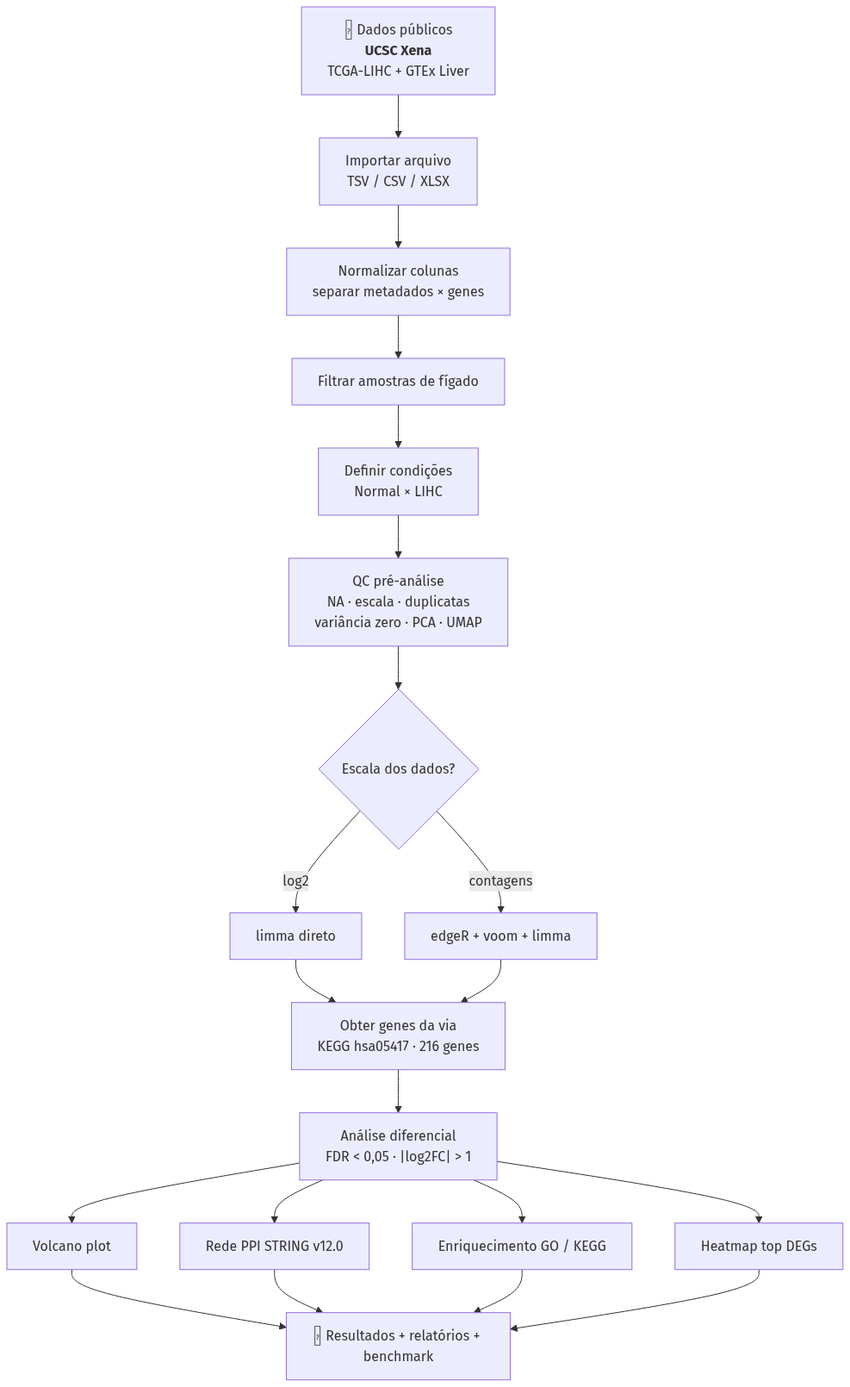
The Mermaid diagram docs/diagramas/01_fluxograma_pipeline.png in mducosta/hepatocellular-carcinoma, before a commit. Its source is kept beside it as docs/diagramas/01_fluxograma_pipeline.mmd. Its diagram source:
```mermaid
flowchart TD
    A["📥 Dados públicos<br/><b>UCSC Xena</b><br/>TCGA-LIHC + GTEx Liver"] --> B["Importar arquivo<br/>TSV / CSV / XLSX"]
    B --> C["Normalizar colunas<br/>separar metadados × genes"]
    C --> D["Filtrar amostras de fígado"]
    D --> E["Definir condições<br/>Normal × LIHC"]
    E --> F["QC pré-análise<br/>NA · escala · duplicatas<br/>variância zero · PCA · UMAP"]
    F --> G{"Escala dos dados?"}
    G -->|"log2"| H["limma direto"]
    G -->|"contagens"| I["edgeR + voom + limma"]
    H --> J["Obter genes da via<br/>KEGG hsa05417 · 216 genes"]
    I --> J
    J --> K["Análise diferencial<br/>FDR < 0,05 · |log2FC| > 1"]
    K --> L["Volcano plot"]
    K --> M["Rede PPI STRING v12.0"]
    K --> N["Enriquecimento GO / KEGG"]
    K --> O["Heatmap top DEGs"]
    L --> P["✅ Resultados + relatórios + benchmark"]
    M --> P
    N --> P
    O --> P
```
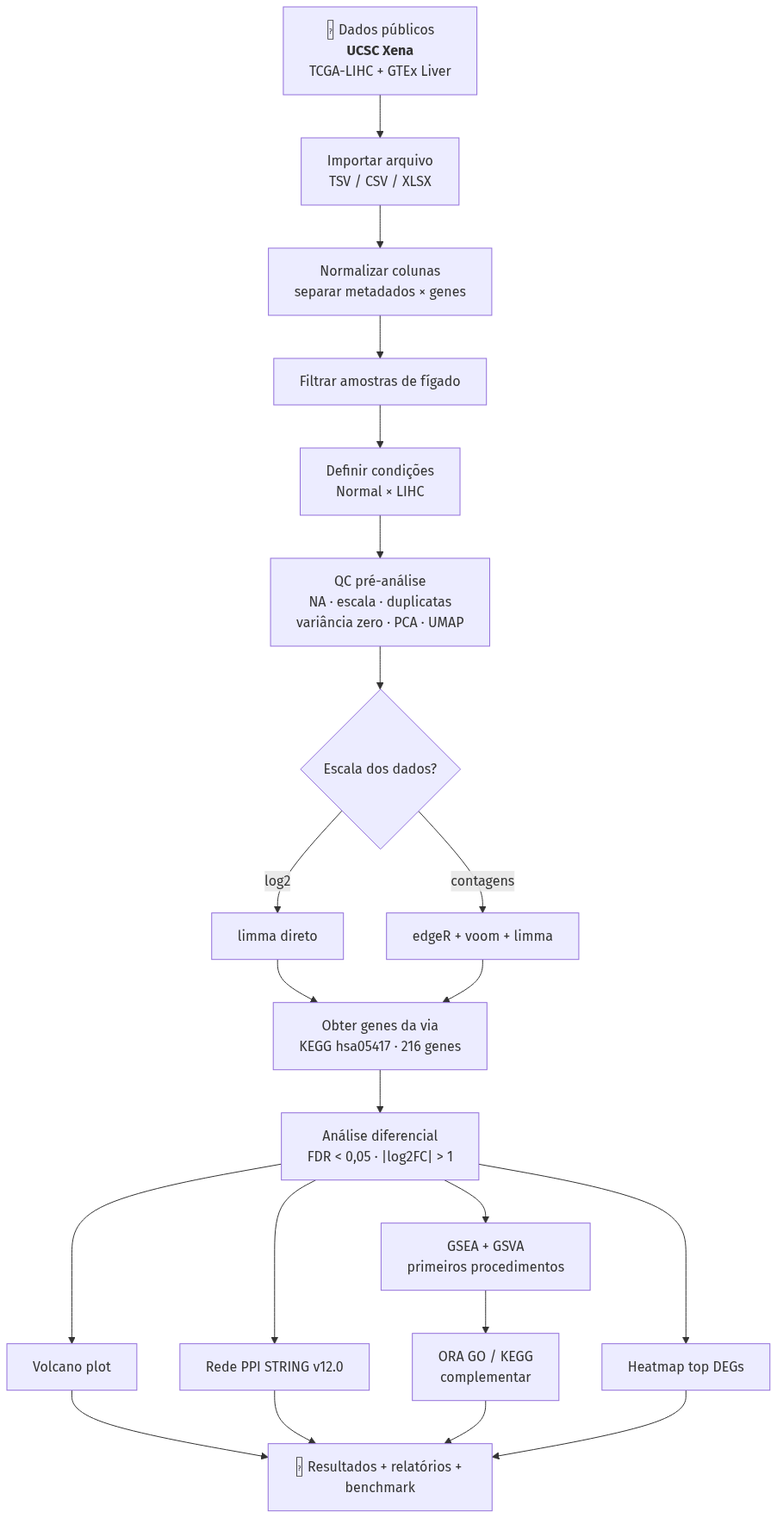
The same diagram one commit later.

Commit message:
GSEA e GSVA como primeiros procedimentos; ORA como complementar

Diff of the diagram source:
```diff
@@ -12,9 +12,10 @@
     J --> K["Análise diferencial<br/>FDR < 0,05 · |log2FC| > 1"]
     K --> L["Volcano plot"]
     K --> M["Rede PPI STRING v12.0"]
-    K --> N["Enriquecimento GO / KEGG"]
+    K --> N["GSEA + GSVA<br/>primeiros procedimentos"]
+    N --> N2["ORA GO / KEGG<br/>complementar"]
     K --> O["Heatmap top DEGs"]
     L --> P["✅ Resultados + relatórios + benchmark"]
     M --> P
-    N --> P
+    N2 --> P
     O --> P
```
